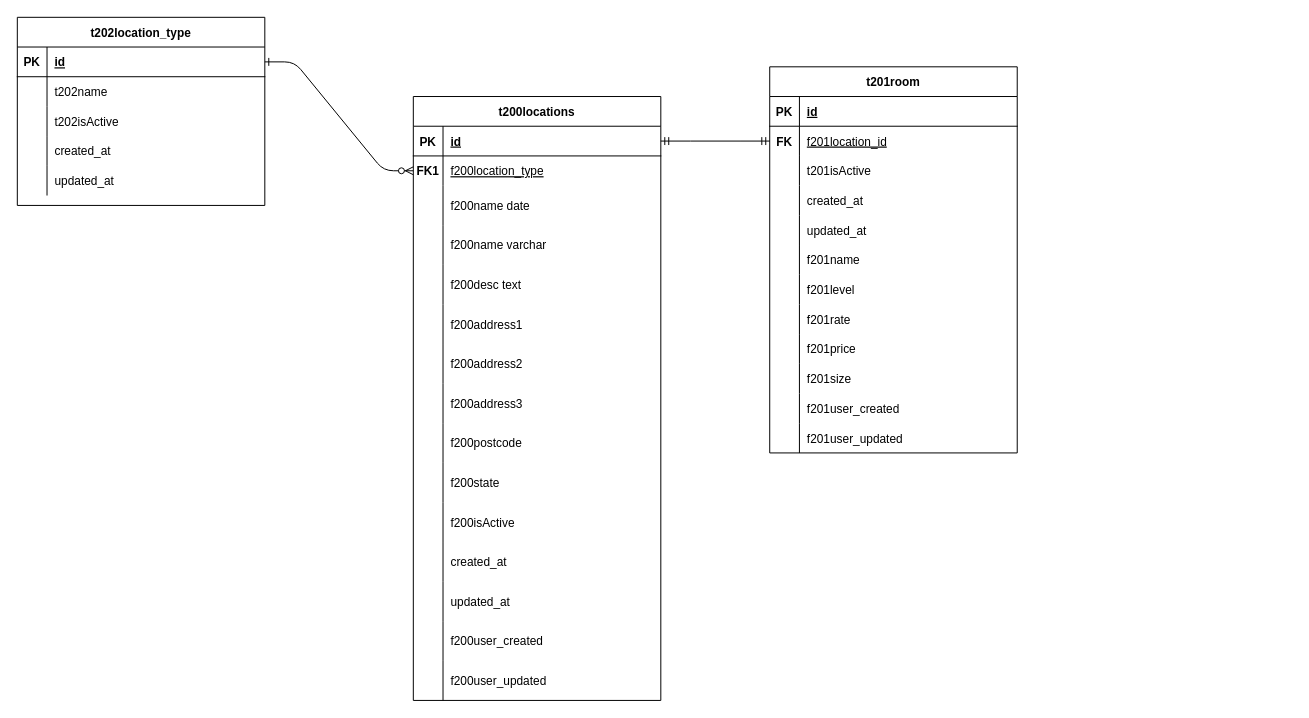
The draw.io diagram page "Room management" (4 of 5) of rentall_app.drawio in harishaikal940322/diagram, before the edit. Source tidied: cells renumbered, new cells numbered last; positions are measured from the earlier drawing's top-left corner, leaving out a move shared by most shapes. Both pictures are drawn from the tidied source at 99%, with x=0, y=0 at pixel (17, 17).
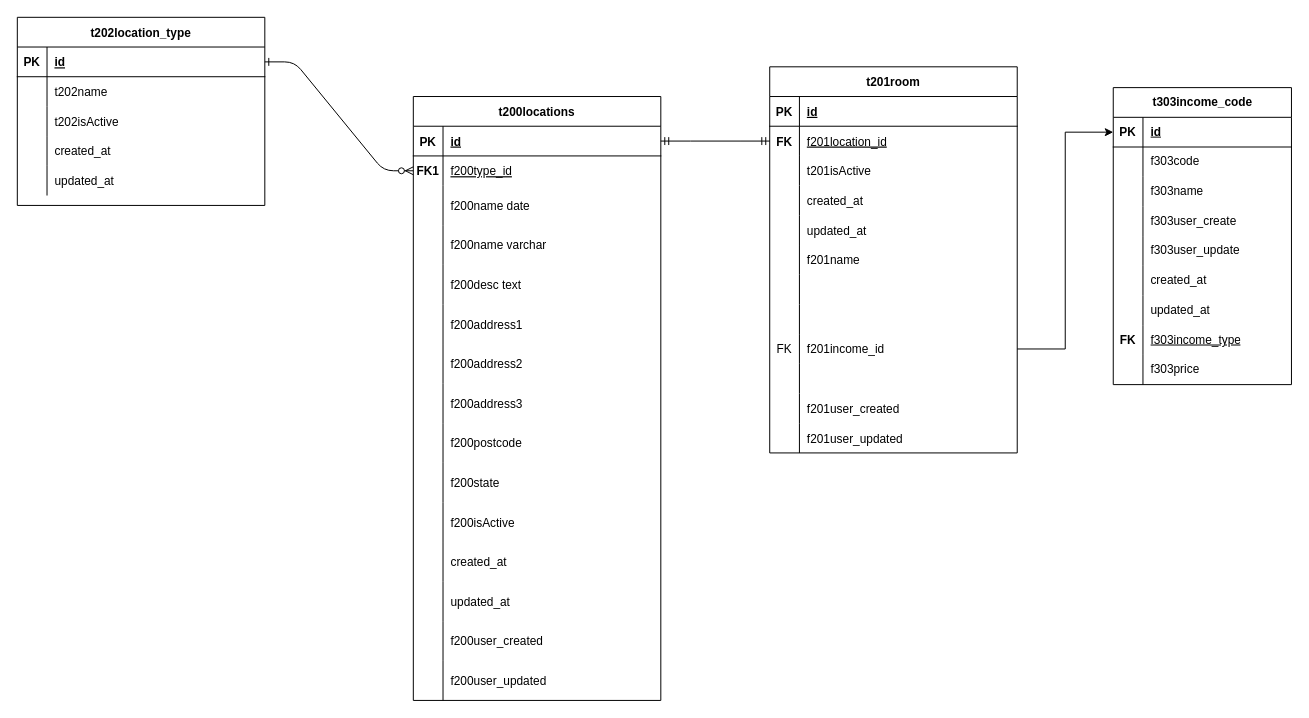
The same page after the edit.

Unchanged cells that the change refers to:
```xml
<mxCell id="7" style="shape=partialRectangle;fillColor=none;points=[[0,0.5],[1,0.5]];portConstraint=eastwest;top=0;left=0;right=0;bottom=0;" parent="3" vertex="1">
  <mxGeometry y="60" width="250" height="30" as="geometry" />
</mxCell>
<mxCell id="84" style="shape=partialRectangle;fillColor=none;top=0;left=0;right=0;bottom=0;" parent="65" vertex="1">
  <mxGeometry y="210" width="250" height="30" as="geometry" />
</mxCell>
<mxCell id="87" style="shape=partialRectangle;fillColor=none;top=0;left=0;right=0;bottom=0;" parent="65" vertex="1">
  <mxGeometry y="240" width="250" height="30" as="geometry" />
</mxCell>
<mxCell id="90" style="shape=partialRectangle;fillColor=none;points=[[0,0.5],[1,0.5]];portConstraint=eastwest;top=0;left=0;right=0;bottom=0;" parent="65" vertex="1">
  <mxGeometry y="270" width="250" height="30" as="geometry" />
</mxCell>
<mxCell id="93" style="shape=partialRectangle;fillColor=none;top=0;left=0;right=0;bottom=0;" parent="65" vertex="1">
  <mxGeometry y="300" width="250" height="30" as="geometry" />
</mxCell>
```

The edit, as a diff of the source:
```diff
@@
-    <mxCell id="9" value="f200location_type" style="shape=partialRectangle;overflow=hidden;fillColor=none;top=0;left=0;bottom=0;right=0;align=left;spacingLeft=6;fontStyle=4;" parent="7" vertex="1">
+    <mxCell id="9" value="f200type_id" style="shape=partialRectangle;overflow=hidden;fillColor=none;top=0;left=0;bottom=0;right=0;align=left;spacingLeft=6;fontStyle=4;" parent="7" vertex="1">
       <mxGeometry x="30" width="220" height="30" as="geometry" />
     </mxCell>
@@
-    <mxCell id="86" value="f201level" style="shape=partialRectangle;overflow=hidden;fillColor=none;top=0;left=0;bottom=0;right=0;align=left;spacingLeft=6;" parent="84" vertex="1">
+    <mxCell id="86" style="shape=partialRectangle;overflow=hidden;fillColor=none;top=0;left=0;bottom=0;right=0;align=left;spacingLeft=6;" parent="84" vertex="1">
       <mxGeometry x="30" width="220" height="30" as="geometry" />
     </mxCell>
@@
-    <mxCell id="89" value="f201rate" style="shape=partialRectangle;overflow=hidden;fillColor=none;top=0;left=0;bottom=0;right=0;align=left;spacingLeft=6;" parent="87" vertex="1">
+    <mxCell id="89" style="shape=partialRectangle;overflow=hidden;fillColor=none;top=0;left=0;bottom=0;right=0;align=left;spacingLeft=6;" parent="87" vertex="1">
       <mxGeometry x="30" width="220" height="30" as="geometry" />
     </mxCell>
@@
-    <mxCell id="91" style="shape=partialRectangle;overflow=hidden;fillColor=none;top=0;left=0;bottom=0;right=0;" parent="90" vertex="1">
+    <mxCell id="91" value="FK" style="shape=partialRectangle;overflow=hidden;fillColor=none;top=0;left=0;bottom=0;right=0;" parent="90" vertex="1">
       <mxGeometry width="30" height="30" as="geometry" />
     </mxCell>
-    <mxCell id="92" value="f201price" style="shape=partialRectangle;overflow=hidden;fillColor=none;top=0;left=0;bottom=0;right=0;align=left;spacingLeft=6;" parent="90" vertex="1">
+    <mxCell id="92" value="f201income_id" style="shape=partialRectangle;overflow=hidden;fillColor=none;top=0;left=0;bottom=0;right=0;align=left;spacingLeft=6;" parent="90" vertex="1">
       <mxGeometry x="30" width="220" height="30" as="geometry" />
     </mxCell>
@@
-    <mxCell id="95" value="f201size" style="shape=partialRectangle;overflow=hidden;fillColor=none;top=0;left=0;bottom=0;right=0;align=left;spacingLeft=6;fontStyle=0;" parent="93" vertex="1">
+    <mxCell id="95" style="shape=partialRectangle;overflow=hidden;fillColor=none;top=0;left=0;bottom=0;right=0;align=left;spacingLeft=6;fontStyle=0;" parent="93" vertex="1">
       <mxGeometry x="30" width="220" height="30" as="geometry" />
     </mxCell>
@@
+    <mxCell id="103" value="t303income_code" style="shape=table;startSize=30;childLayout=tableLayout;rowLines=0;fontStyle=1;align=center;html=1;" parent="1" vertex="1">
+      <mxGeometry x="1107" y="71" width="180" height="300" as="geometry" />
+    </mxCell>
+    <mxCell id="104" style="shape=tableRow;horizontal=0;startSize=0;swimlaneHead=0;swimlaneBody=0;fillColor=none;points=[[0,0.5],[1,0.5]];portConstraint=eastwest;top=0;left=0;right=0;bottom=1;" parent="103" vertex="1">
+      <mxGeometry y="30" width="180" height="30" as="geometry" />
+    </mxCell>
+    <mxCell id="105" value="PK" style="shape=partialRectangle;fillColor=none;top=0;left=0;bottom=0;right=0;fontStyle=1;overflow=hidden;whiteSpace=wrap;html=1;" parent="104" vertex="1">
+      <mxGeometry width="30" height="30" as="geometry" />
+    </mxCell>
+    <mxCell id="106" value="id" style="shape=partialRectangle;fillColor=none;top=0;left=0;bottom=0;right=0;align=left;spacingLeft=6;fontStyle=5;overflow=hidden;whiteSpace=wrap;html=1;" parent="104" vertex="1">
+      <mxGeometry x="30" width="150" height="30" as="geometry" />
+    </mxCell>
+    <mxCell id="107" style="shape=tableRow;horizontal=0;startSize=0;swimlaneHead=0;swimlaneBody=0;fillColor=none;top=0;left=0;right=0;bottom=0;" parent="103" vertex="1">
+      <mxGeometry y="60" width="180" height="30" as="geometry" />
+    </mxCell>
+    <mxCell id="108" style="shape=partialRectangle;fillColor=none;top=0;left=0;bottom=0;right=0;overflow=hidden;whiteSpace=wrap;html=1;" parent="107" vertex="1">
+      <mxGeometry width="30" height="30" as="geometry" />
+    </mxCell>
+    <mxCell id="109" value="f303code" style="shape=partialRectangle;fillColor=none;top=0;left=0;bottom=0;right=0;align=left;spacingLeft=6;overflow=hidden;whiteSpace=wrap;html=1;" parent="107" vertex="1">
+      <mxGeometry x="30" width="150" height="30" as="geometry" />
+    </mxCell>
+    <mxCell id="110" style="shape=tableRow;horizontal=0;startSize=0;swimlaneHead=0;swimlaneBody=0;fillColor=none;top=0;left=0;right=0;bottom=0;" parent="103" vertex="1">
+      <mxGeometry y="90" width="180" height="30" as="geometry" />
+    </mxCell>
+    <mxCell id="111" style="shape=partialRectangle;fillColor=none;top=0;left=0;bottom=0;right=0;overflow=hidden;whiteSpace=wrap;html=1;" parent="110" vertex="1">
+      <mxGeometry width="30" height="30" as="geometry" />
+    </mxCell>
+    <mxCell id="112" value="f303name" style="shape=partialRectangle;fillColor=none;top=0;left=0;bottom=0;right=0;align=left;spacingLeft=6;overflow=hidden;whiteSpace=wrap;html=1;" parent="110" vertex="1">
+      <mxGeometry x="30" width="150" height="30" as="geometry" />
+    </mxCell>
+    <mxCell id="113" style="shape=tableRow;horizontal=0;startSize=0;swimlaneHead=0;swimlaneBody=0;fillColor=none;top=0;left=0;right=0;bottom=0;" parent="103" vertex="1">
+      <mxGeometry y="120" width="180" height="30" as="geometry" />
+    </mxCell>
+    <mxCell id="114" style="shape=partialRectangle;fillColor=none;top=0;left=0;bottom=0;right=0;overflow=hidden;whiteSpace=wrap;html=1;" parent="113" vertex="1">
+      <mxGeometry width="30" height="30" as="geometry" />
+    </mxCell>
+    <mxCell id="115" value="f303user_create" style="shape=partialRectangle;fillColor=none;top=0;left=0;bottom=0;right=0;align=left;spacingLeft=6;overflow=hidden;whiteSpace=wrap;html=1;" parent="113" vertex="1">
+      <mxGeometry x="30" width="150" height="30" as="geometry" />
+    </mxCell>
+    <mxCell id="116" style="shape=tableRow;horizontal=0;startSize=0;swimlaneHead=0;swimlaneBody=0;fillColor=none;top=0;left=0;right=0;bottom=0;" parent="103" vertex="1">
+      <mxGeometry y="150" width="180" height="30" as="geometry" />
+    </mxCell>
+    <mxCell id="117" style="shape=partialRectangle;fillColor=none;top=0;left=0;bottom=0;right=0;overflow=hidden;whiteSpace=wrap;html=1;" parent="116" vertex="1">
+      <mxGeometry width="30" height="30" as="geometry" />
+    </mxCell>
+    <mxCell id="118" value="f303user_update" style="shape=partialRectangle;fillColor=none;top=0;left=0;bottom=0;right=0;align=left;spacingLeft=6;overflow=hidden;whiteSpace=wrap;html=1;" parent="116" vertex="1">
+      <mxGeometry x="30" width="150" height="30" as="geometry" />
+    </mxCell>
+    <mxCell id="119" style="shape=tableRow;horizontal=0;startSize=0;swimlaneHead=0;swimlaneBody=0;fillColor=none;top=0;left=0;right=0;bottom=0;" parent="103" vertex="1">
+      <mxGeometry y="180" width="180" height="30" as="geometry" />
+    </mxCell>
+    <mxCell id="120" style="shape=partialRectangle;fillColor=none;top=0;left=0;bottom=0;right=0;overflow=hidden;whiteSpace=wrap;html=1;" parent="119" vertex="1">
+      <mxGeometry width="30" height="30" as="geometry" />
+    </mxCell>
+    <mxCell id="121" value="created_at" style="shape=partialRectangle;fillColor=none;top=0;left=0;bottom=0;right=0;align=left;spacingLeft=6;overflow=hidden;whiteSpace=wrap;html=1;" parent="119" vertex="1">
+      <mxGeometry x="30" width="150" height="30" as="geometry" />
+    </mxCell>
+    <mxCell id="122" style="shape=tableRow;horizontal=0;startSize=0;swimlaneHead=0;swimlaneBody=0;fillColor=none;top=0;left=0;right=0;bottom=0;" parent="103" vertex="1">
+      <mxGeometry y="210" width="180" height="30" as="geometry" />
+    </mxCell>
+    <mxCell id="123" style="shape=partialRectangle;fillColor=none;top=0;left=0;bottom=0;right=0;overflow=hidden;whiteSpace=wrap;html=1;" parent="122" vertex="1">
+      <mxGeometry width="30" height="30" as="geometry" />
+    </mxCell>
+    <mxCell id="124" value="updated_at" style="shape=partialRectangle;fillColor=none;top=0;left=0;bottom=0;right=0;align=left;spacingLeft=6;overflow=hidden;whiteSpace=wrap;html=1;" parent="122" vertex="1">
+      <mxGeometry x="30" width="150" height="30" as="geometry" />
+    </mxCell>
+    <mxCell id="125" style="shape=tableRow;horizontal=0;startSize=0;swimlaneHead=0;swimlaneBody=0;fillColor=none;top=0;left=0;right=0;bottom=0;" parent="103" vertex="1">
+      <mxGeometry y="240" width="180" height="30" as="geometry" />
+    </mxCell>
+    <mxCell id="126" value="&lt;b&gt;FK&lt;/b&gt;" style="shape=partialRectangle;fillColor=none;top=0;left=0;bottom=0;right=0;overflow=hidden;whiteSpace=wrap;html=1;" parent="125" vertex="1">
+      <mxGeometry width="30" height="30" as="geometry" />
+    </mxCell>
+    <mxCell id="127" value="&lt;u&gt;f303income_type&lt;/u&gt;" style="shape=partialRectangle;fillColor=none;top=0;left=0;bottom=0;right=0;align=left;spacingLeft=6;overflow=hidden;whiteSpace=wrap;html=1;" parent="125" vertex="1">
+      <mxGeometry x="30" width="150" height="30" as="geometry" />
+    </mxCell>
+    <mxCell id="128" style="shape=tableRow;horizontal=0;startSize=0;swimlaneHead=0;swimlaneBody=0;fillColor=none;top=0;left=0;right=0;bottom=0;" parent="103" vertex="1">
+      <mxGeometry y="270" width="180" height="30" as="geometry" />
+    </mxCell>
+    <mxCell id="129" style="shape=partialRectangle;fillColor=none;top=0;left=0;bottom=0;right=0;overflow=hidden;whiteSpace=wrap;html=1;" parent="128" vertex="1">
+      <mxGeometry width="30" height="30" as="geometry" />
+    </mxCell>
+    <mxCell id="130" value="&lt;div&gt;f303price&lt;/div&gt;" style="shape=partialRectangle;fillColor=none;top=0;left=0;bottom=0;right=0;align=left;spacingLeft=6;overflow=hidden;whiteSpace=wrap;html=1;" parent="128" vertex="1">
+      <mxGeometry x="30" width="150" height="30" as="geometry" />
+    </mxCell>
+    <mxCell id="131" style="edgeStyle=orthogonalEdgeStyle;rounded=0;jettySize=auto;html=1;exitX=1;exitY=0.5;exitDx=0;exitDy=0;entryX=0;entryY=0.5;entryDx=0;entryDy=0;" parent="1" edge="1" source="90" target="104">
+      <mxGeometry relative="1" as="geometry" />
+    </mxCell>
```
